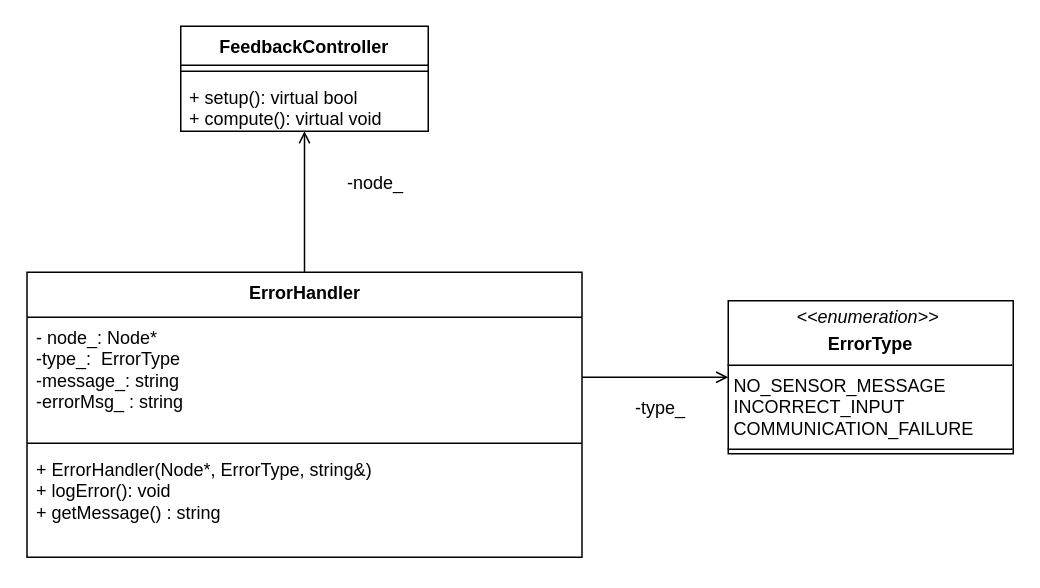
mekuro9/PWAO-CSU keeps this draw.io diagram as Diagrams/UML/Error UML.drawio. Above is the earlier version. Source tidied: cells renumbered, new cells numbered last; positions are measured from the earlier drawing's top-left corner, leaving out a move shared by most shapes. Both pictures are drawn from the tidied source at 150%, with x=0, y=0 at pixel (26, 26).
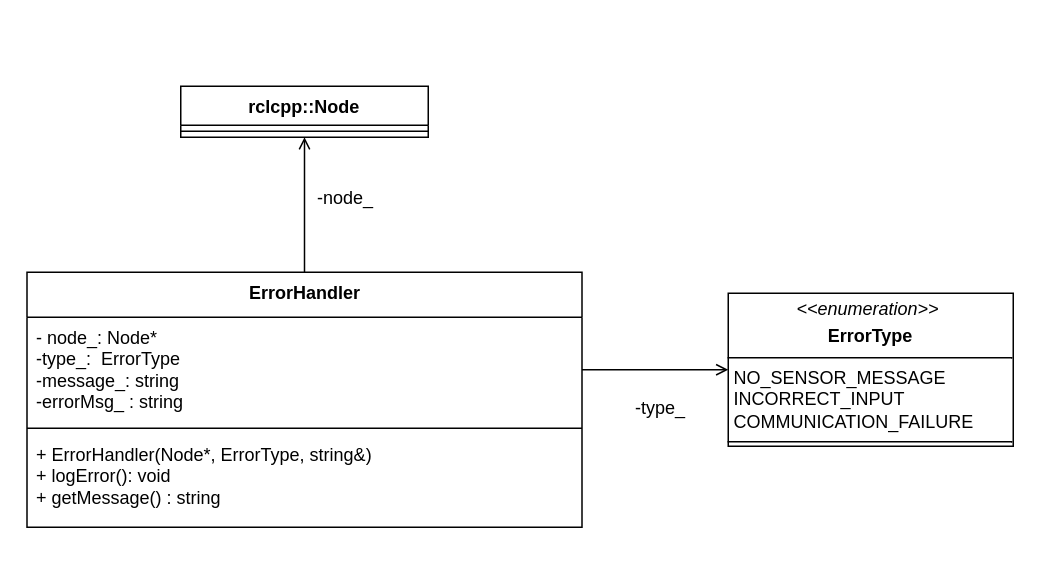
The same page after the edit.

Change to the diagram source:
```diff
@@
 <mxGraphModel>
   <root>
     <mxCell id="0" />
     <mxCell id="1" parent="0" />
-    <mxCell id="2" value="FeedbackController" style="swimlane;fontStyle=1;align=center;verticalAlign=top;horizontal=1;startSize=26;whiteSpace=wrap;html=1;" parent="1" vertex="1">
-      <mxGeometry x="103" width="165" height="70" as="geometry" />
+    <mxCell id="2" value="rclcpp::Node" style="swimlane;fontStyle=1;align=center;verticalAlign=top;horizontal=1;startSize=26;whiteSpace=wrap;html=1;" parent="1" vertex="1">
+      <mxGeometry x="103" y="40" width="165" height="34" as="geometry" />
     </mxCell>
     <mxCell id="3" style="line;strokeWidth=1;fillColor=none;align=left;verticalAlign=middle;spacingTop=-1;spacingLeft=3;spacingRight=3;labelPosition=right;strokeColor=inherit;" parent="2" vertex="1">
       <mxGeometry y="26" width="165" height="8" as="geometry" />
     </mxCell>
-    <mxCell id="4" value="&lt;div&gt;+ setup(): virtual bool&lt;/div&gt;&lt;div&gt;+ compute(): virtual void&lt;br&gt;&lt;/div&gt;" style="text;strokeColor=none;fillColor=none;align=left;verticalAlign=top;spacingLeft=4;spacingRight=4;overflow=hidden;whiteSpace=wrap;html=1;" parent="2" vertex="1">
-      <mxGeometry y="34" width="165" height="36" as="geometry" />
-    </mxCell>
     <mxCell id="5" style="edgeStyle=orthogonalEdgeStyle;rounded=0;jettySize=auto;html=1;endArrow=open;endFill=0;" parent="1" edge="1" source="6" target="2">
       <mxGeometry relative="1" as="geometry" />
     </mxCell>
     <mxCell id="6" value="ErrorHandler" style="swimlane;fontStyle=1;align=center;verticalAlign=top;horizontal=1;startSize=30;whiteSpace=wrap;html=1;" parent="1" vertex="1">
-      <mxGeometry x="0.5" y="164" width="370" height="190" as="geometry" />
+      <mxGeometry x="0.5" y="164" width="370" height="170" as="geometry" />
     </mxCell>
     <mxCell id="7" value="&lt;div&gt;- node_: Node*&lt;/div&gt;&lt;div&gt;-type_:&amp;nbsp; ErrorType&lt;/div&gt;&lt;div&gt;-message_: string&lt;/div&gt;&lt;div&gt;-errorMsg_ : string&lt;br&gt;&lt;/div&gt;" style="text;strokeColor=none;fillColor=none;align=left;verticalAlign=top;spacingLeft=4;spacingRight=4;overflow=hidden;points=[[0,0.5],[1,0.5]];portConstraint=eastwest;whiteSpace=wrap;html=1;" parent="6" vertex="1">
-      <mxGeometry y="30" width="370" height="80" as="geometry" />
+      <mxGeometry y="30" width="370" height="70" as="geometry" />
     </mxCell>
     <mxCell id="8" style="line;strokeWidth=1;fillColor=none;align=left;verticalAlign=middle;spacingTop=-1;spacingLeft=3;spacingRight=3;labelPosition=right;strokeColor=inherit;" parent="6" vertex="1">
-      <mxGeometry y="110" width="370" height="8" as="geometry" />
+      <mxGeometry y="100" width="370" height="8" as="geometry" />
     </mxCell>
     <mxCell id="9" value="&lt;div&gt;+ ErrorHandler(Node*, ErrorType, string&amp;amp;)&lt;br&gt;&lt;/div&gt;&lt;div&gt;+ logError(): void&lt;/div&gt;&lt;div&gt;+ getMessage() : string&lt;br&gt;&lt;/div&gt;" style="text;strokeColor=none;fillColor=none;align=left;verticalAlign=top;spacingLeft=4;spacingRight=4;overflow=hidden;whiteSpace=wrap;html=1;" parent="6" vertex="1">
-      <mxGeometry y="118" width="370" height="72" as="geometry" />
+      <mxGeometry y="108" width="370" height="62" as="geometry" />
     </mxCell>
     <mxCell id="10" style="edgeStyle=orthogonalEdgeStyle;rounded=0;jettySize=auto;html=1;endArrow=open;endFill=0;entryX=0;entryY=0.5;entryDx=0;entryDy=0;" parent="1" edge="1" source="7" target="12">
       <mxGeometry relative="1" as="geometry" />
     </mxCell>
     <mxCell id="11" value="-type_" style="text;html=1;align=center;verticalAlign=middle;whiteSpace=wrap;rounded=0;" parent="1" vertex="1">
       <mxGeometry x="378" y="240" width="90" height="30" as="geometry" />
     </mxCell>
     <mxCell id="12" value="&lt;p style=&quot;margin:0px;margin-top:4px;text-align:center;&quot;&gt;&lt;i&gt;&amp;lt;&amp;lt;enumeration&amp;gt;&amp;gt;&lt;/i&gt;&lt;b&gt;&amp;nbsp;&lt;/b&gt;&lt;/p&gt;&lt;p style=&quot;margin:0px;margin-top:4px;text-align:center;&quot;&gt;&lt;b&gt;ErrorType&lt;/b&gt;&lt;br&gt;&lt;/p&gt;&lt;hr size=&quot;1&quot; style=&quot;border-style:solid;&quot;&gt;&lt;p style=&quot;margin:0px;margin-left:4px;&quot;&gt;NO_SENSOR_MESSAGE&lt;/p&gt;&lt;p style=&quot;margin:0px;margin-left:4px;&quot;&gt;INCORRECT_INPUT&lt;/p&gt;&lt;p style=&quot;margin:0px;margin-left:4px;&quot;&gt;COMMUNICATION_FAILURE&lt;br&gt;&lt;/p&gt;&lt;hr size=&quot;1&quot; style=&quot;border-style:solid;&quot;&gt;" style="verticalAlign=top;align=left;overflow=fill;html=1;whiteSpace=wrap;" parent="1" vertex="1">
-      <mxGeometry x="468" y="183" width="190" height="102" as="geometry" />
+      <mxGeometry x="468" y="178" width="190" height="102" as="geometry" />
     </mxCell>
     <mxCell id="13" value="-node_" style="text;html=1;align=center;verticalAlign=middle;whiteSpace=wrap;rounded=0;" parent="1" vertex="1">
-      <mxGeometry x="188" y="90" width="90" height="30" as="geometry" />
+      <mxGeometry x="168" y="100" width="90" height="30" as="geometry" />
     </mxCell>
   </root>
 </mxGraphModel>
```
